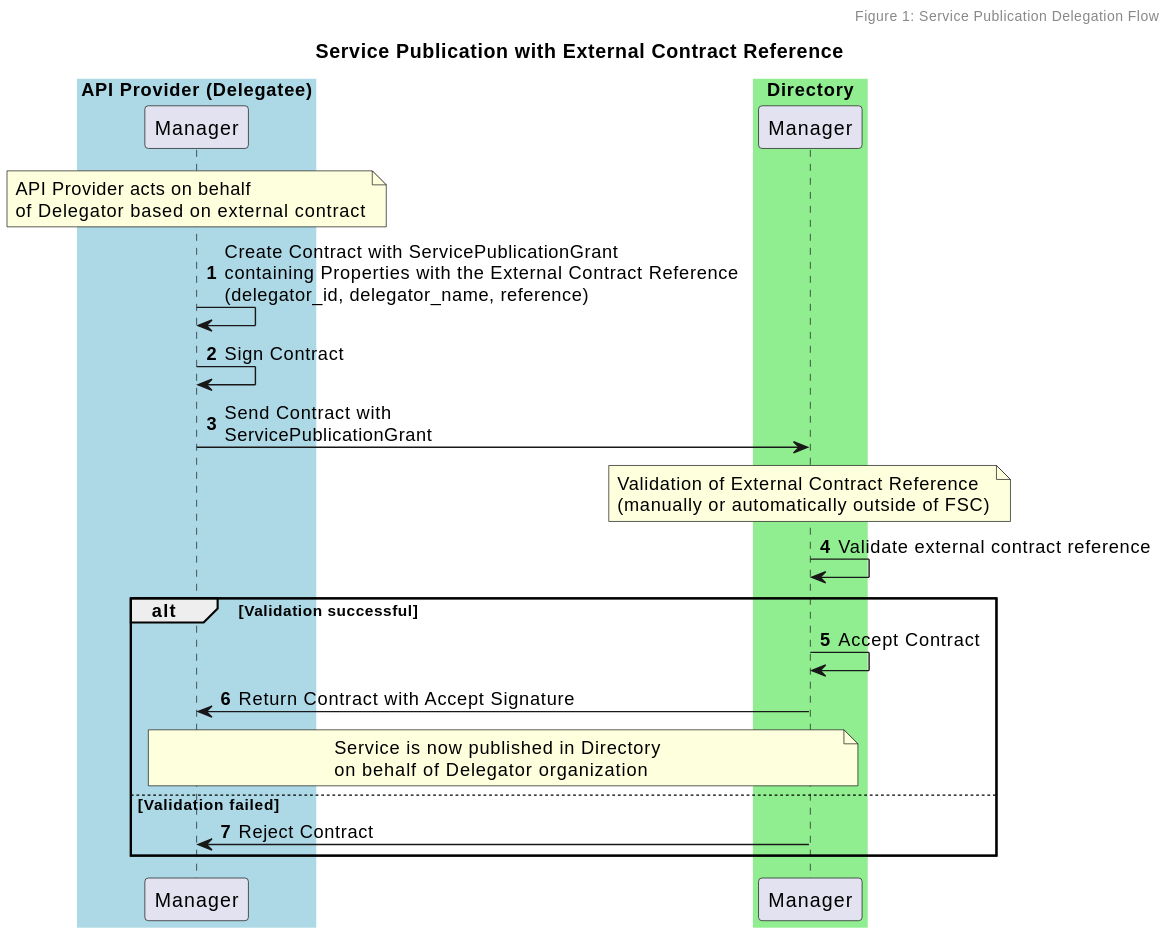
Before: diagrams/seq-connection-delegation-external-contract.svg, a diagram exported from PlantUML (Logius-standaarden/fsc-external-contract).
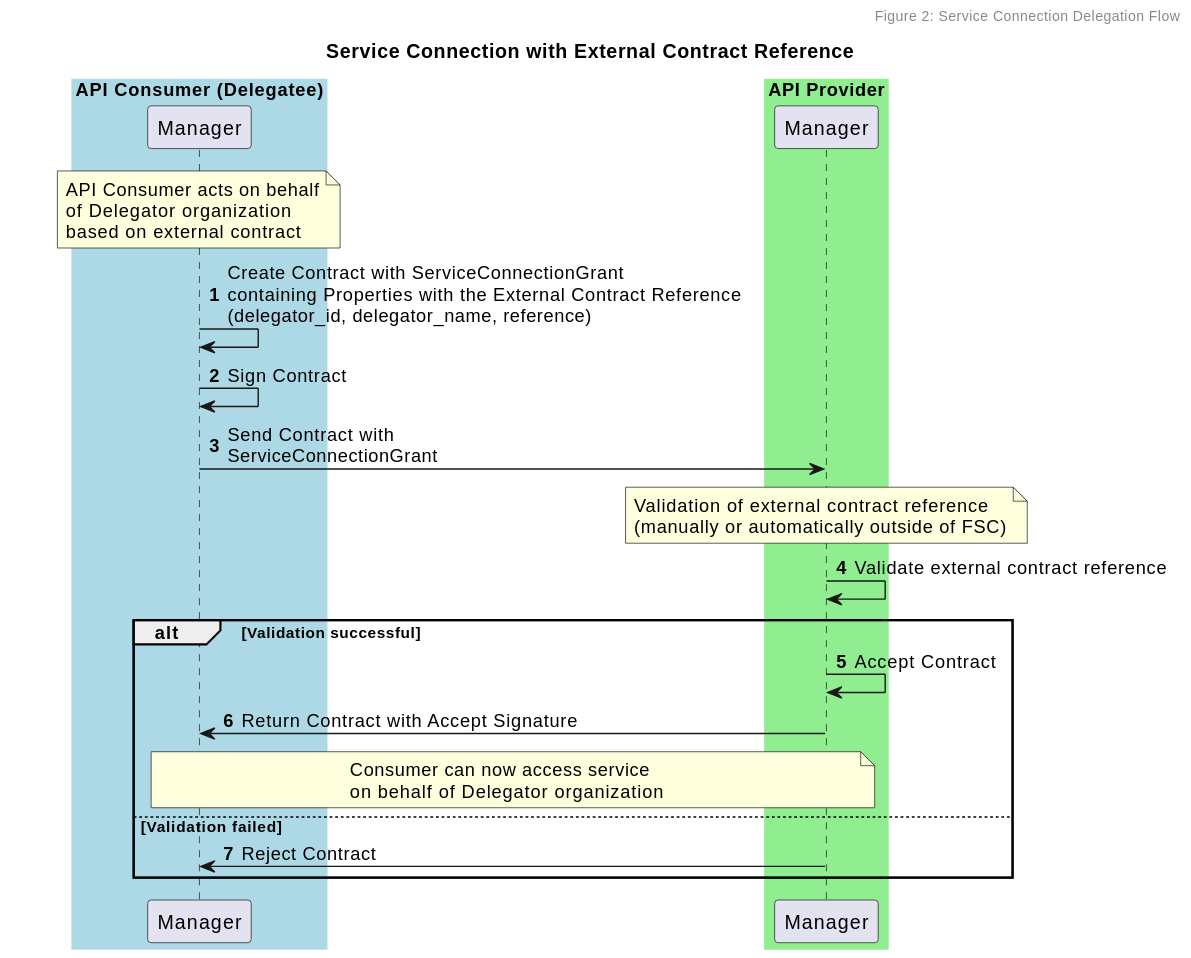
After the change.

What changed in the source:
```diff
@@ -1,46 +1,47 @@
 @startuml
-title Service Publication with External Contract Reference
-header Figure 1: Service Publication Delegation Flow
+title Service Connection with External Contract Reference
+header Figure 2: Service Connection Delegation Flow
 
 skinparam sequenceBoxBorderColor #transparent
 skinparam boxPadding 50
 autonumber
 
-box "API Provider (Delegatee)" #LightBlue
+box "API Consumer (Delegatee)" #LightBlue
+    participant "Manager" as ConsumerManager
+end box
+
+box "API Provider" #LightGreen
     participant "Manager" as ProviderManager
 end box
 
-box "Directory" #LightGreen
-    participant "Manager" as DirectoryManager
-end box
+note over ConsumerManager
+    API Consumer acts on behalf
+    of Delegator organization
+    based on external contract
+end note
+
+ConsumerManager -> ConsumerManager: Create Contract with ServiceConnectionGrant\ncontaining Properties with the External Contract Reference\n(delegator_id, delegator_name, reference)
+
+ConsumerManager -> ConsumerManager: Sign Contract
+
+ConsumerManager -> ProviderManager: Send Contract with\nServiceConnectionGrant
 
 note over ProviderManager
-    API Provider acts on behalf
-    of Delegator based on external contract
-end note
-
-ProviderManager -> ProviderManager: Create Contract with ServicePublicationGrant\ncontaining Properties with the External Contract Reference\n(delegator_id, delegator_name, reference)
-
-ProviderManager -> ProviderManager: Sign Contract
-
-ProviderManager -> DirectoryManager: Send Contract with\nServicePublicationGrant
-
-note over DirectoryManager
-    Validation of External Contract Reference
+    Validation of external contract reference
     (manually or automatically outside of FSC)
 end note
 
-DirectoryManager -> DirectoryManager: Validate external contract reference
+ProviderManager -> ProviderManager: Validate external contract reference
 
 alt Validation successful
-    DirectoryManager -> DirectoryManager: Accept Contract
-    DirectoryManager -> ProviderManager: Return Contract with Accept Signature
+    ProviderManager -> ProviderManager: Accept Contract
+    ProviderManager -> ConsumerManager: Return Contract with Accept Signature
 
-    note over ProviderManager, DirectoryManager
-        Service is now published in Directory
+    note over ConsumerManager, ProviderManager
+        Consumer can now access service
         on behalf of Delegator organization
     end note
 else Validation failed
-    DirectoryManager -> ProviderManager: Reject Contract
+    ProviderManager -> ConsumerManager: Reject Contract
 end
 @enduml
```
